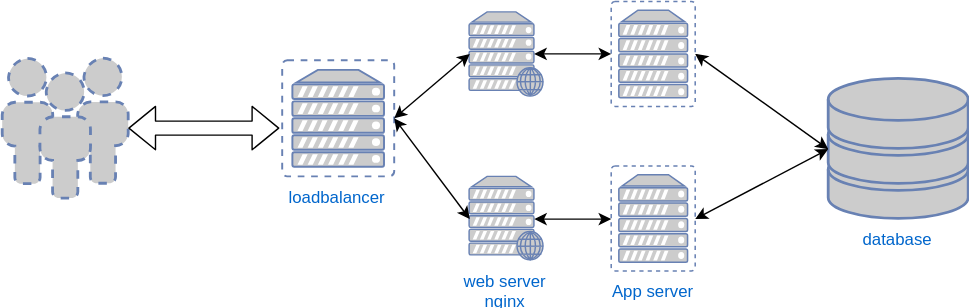
This is slides/img/expand-contract-pre-upgrade.svg from heytrav/intermediate-ansible, a draw.io export, as it was before one commit. Source tidied: cells renumbered, new cells last; positions are measured from the earlier drawing's top-left corner, leaving out a move shared by most shapes. Its diagram source:
```xml
<mxGraphModel>
  <root>
    <mxCell id="0" />
    <mxCell id="1" parent="0" />
    <mxCell id="2" style="group;" parent="1" vertex="1">
      <mxGeometry x="200" y="-0.5" width="490" height="192.5" as="geometry" />
    </mxCell>
    <mxCell id="3" value="database&lt;br&gt;" style="fontColor=#0066CC;verticalAlign=top;verticalLabelPosition=bottom;labelPosition=center;align=center;html=1;fillColor=#CCCCCC;strokeColor=#6881B3;gradientColor=none;gradientDirection=north;strokeWidth=2;shape=mxgraph.networks.storage;" parent="2" vertex="1">
      <mxGeometry x="390" y="55" width="100" height="100" as="geometry" />
    </mxCell>
    <mxCell id="4" value="loadbalancer&lt;br&gt;" style="fontColor=#0066CC;verticalAlign=top;verticalLabelPosition=bottom;labelPosition=center;align=center;html=1;fillColor=#CCCCCC;strokeColor=#6881B3;gradientColor=none;gradientDirection=north;strokeWidth=2;shape=mxgraph.networks.virtual_server;" parent="2" vertex="1">
      <mxGeometry y="42" width="80" height="83" as="geometry" />
    </mxCell>
    <mxCell id="5" style="endArrow=classic;startArrow=classic;html=1;fontSize=18;align=center;entryX=0;entryY=0.5;entryPerimeter=0;exitX=1;exitY=0.5;exitPerimeter=0;" parent="2" edge="1" source="8" target="3">
      <mxGeometry relative="1" as="geometry" />
    </mxCell>
    <mxCell id="6" style="group;" parent="2" vertex="1">
      <mxGeometry x="133.5" y="117.5" width="161.5" height="75" as="geometry" />
    </mxCell>
    <mxCell id="7" value="web server&lt;br&gt;nginx&lt;br&gt;" style="fontColor=#0066CC;verticalAlign=top;verticalLabelPosition=bottom;labelPosition=center;align=center;html=1;fillColor=#CCCCCC;strokeColor=#6881B3;gradientColor=none;gradientDirection=north;strokeWidth=2;shape=mxgraph.networks.web_server;" parent="6" vertex="1">
      <mxGeometry y="7.5" width="53" height="60" as="geometry" />
    </mxCell>
    <mxCell id="8" value="App server" style="fontColor=#0066CC;verticalAlign=top;verticalLabelPosition=bottom;labelPosition=center;align=center;html=1;fillColor=#CCCCCC;strokeColor=#6881B3;gradientColor=none;gradientDirection=north;strokeWidth=2;shape=mxgraph.networks.virtual_server;" parent="6" vertex="1">
      <mxGeometry x="101.5" width="60" height="75" as="geometry" />
    </mxCell>
    <mxCell id="9" style="endArrow=classic;startArrow=classic;html=1;fontSize=18;align=center;entryX=0;entryY=0.5;entryPerimeter=0;exitX=0.88;exitY=0.5;exitPerimeter=0;" parent="6" edge="1" source="7" target="8">
      <mxGeometry relative="1" as="geometry" />
    </mxCell>
    <mxCell id="10" style="group;" parent="2" vertex="1">
      <mxGeometry x="133.5" width="161.5" height="75" as="geometry" />
    </mxCell>
    <mxCell id="11" style="fontColor=#0066CC;verticalAlign=top;verticalLabelPosition=bottom;labelPosition=center;align=center;html=1;fillColor=#CCCCCC;strokeColor=#6881B3;gradientColor=none;gradientDirection=north;strokeWidth=2;shape=mxgraph.networks.web_server;" parent="10" vertex="1">
      <mxGeometry y="7.5" width="53" height="60" as="geometry" />
    </mxCell>
    <mxCell id="12" style="fontColor=#0066CC;verticalAlign=top;verticalLabelPosition=bottom;labelPosition=center;align=center;html=1;fillColor=#CCCCCC;strokeColor=#6881B3;gradientColor=none;gradientDirection=north;strokeWidth=2;shape=mxgraph.networks.virtual_server;" parent="10" vertex="1">
      <mxGeometry x="101.5" width="60" height="75" as="geometry" />
    </mxCell>
    <mxCell id="13" style="endArrow=classic;startArrow=classic;html=1;fontSize=18;align=center;entryX=0;entryY=0.5;entryPerimeter=0;exitX=0.88;exitY=0.5;exitPerimeter=0;" parent="10" edge="1" source="11" target="12">
      <mxGeometry relative="1" as="geometry" />
    </mxCell>
    <mxCell id="14" style="endArrow=classic;startArrow=classic;html=1;fontSize=18;align=center;entryX=0;entryY=0.5;entryPerimeter=0;exitX=1;exitY=0.5;exitPerimeter=0;" parent="2" edge="1" source="4" target="7">
      <mxGeometry relative="1" as="geometry" />
    </mxCell>
    <mxCell id="15" style="endArrow=classic;startArrow=classic;html=1;fontSize=18;align=center;exitX=1;exitY=0.5;exitPerimeter=0;entryX=0;entryY=0.5;entryPerimeter=0;" parent="2" edge="1" source="12" target="3">
      <mxGeometry relative="1" as="geometry" />
    </mxCell>
    <mxCell id="16" style="endArrow=classic;startArrow=classic;html=1;fontSize=18;align=center;exitX=1;exitY=0.5;exitPerimeter=0;entryX=0;entryY=0.5;entryPerimeter=0;" parent="2" edge="1" source="4" target="11">
      <mxGeometry relative="1" as="geometry" />
    </mxCell>
    <mxCell id="17" style="fontColor=#0066CC;verticalAlign=top;verticalLabelPosition=bottom;labelPosition=center;align=center;html=1;fillColor=#CCCCCC;strokeColor=#6881B3;gradientColor=none;gradientDirection=north;strokeWidth=2;shape=mxgraph.networks.users;dashed=1;" parent="1" vertex="1">
      <mxGeometry y="40" width="90" height="100" as="geometry" />
    </mxCell>
    <mxCell id="18" style="shape=flexArrow;endArrow=classic;startArrow=classic;html=1;fillColor=#ffffff;fontSize=18;align=center;entryX=-0.025;entryY=0.584;entryPerimeter=0;exitX=1;exitY=0.5;exitPerimeter=0;" parent="1" edge="1" source="17" target="4">
      <mxGeometry relative="1" as="geometry" />
    </mxCell>
  </root>
</mxGraphModel>
```
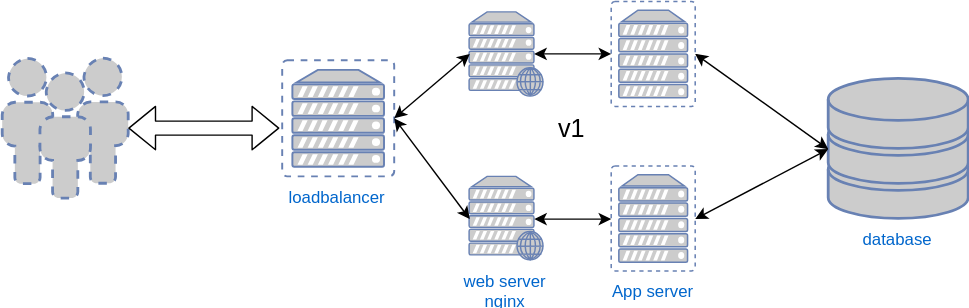
Above is the later version.

The edit, as a diff of the source:
```diff
@@ -1,4 +1,4 @@
-<mxGraphModel>
+<mxGraphModel background="#ffffff">
   <root>
     <mxCell id="0" />
     <mxCell id="1" parent="0" />
@@ -47,6 +47,9 @@
     <mxCell id="16" style="endArrow=classic;startArrow=classic;html=1;fontSize=18;align=center;exitX=1;exitY=0.5;exitPerimeter=0;entryX=0;entryY=0.5;entryPerimeter=0;" parent="2" edge="1" source="4" target="11">
       <mxGeometry relative="1" as="geometry" />
     </mxCell>
+    <mxCell id="19" value="v1&lt;br&gt;" style="text;html=1;strokeColor=none;fillColor=none;align=center;verticalAlign=middle;whiteSpace=wrap;rounded=0;dashed=1;dashPattern=1 4;fontSize=18;" parent="2" vertex="1">
+      <mxGeometry x="186.5" y="80.5" width="40" height="20" as="geometry" />
+    </mxCell>
     <mxCell id="17" style="fontColor=#0066CC;verticalAlign=top;verticalLabelPosition=bottom;labelPosition=center;align=center;html=1;fillColor=#CCCCCC;strokeColor=#6881B3;gradientColor=none;gradientDirection=north;strokeWidth=2;shape=mxgraph.networks.users;dashed=1;" parent="1" vertex="1">
       <mxGeometry y="40" width="90" height="100" as="geometry" />
     </mxCell>
```
